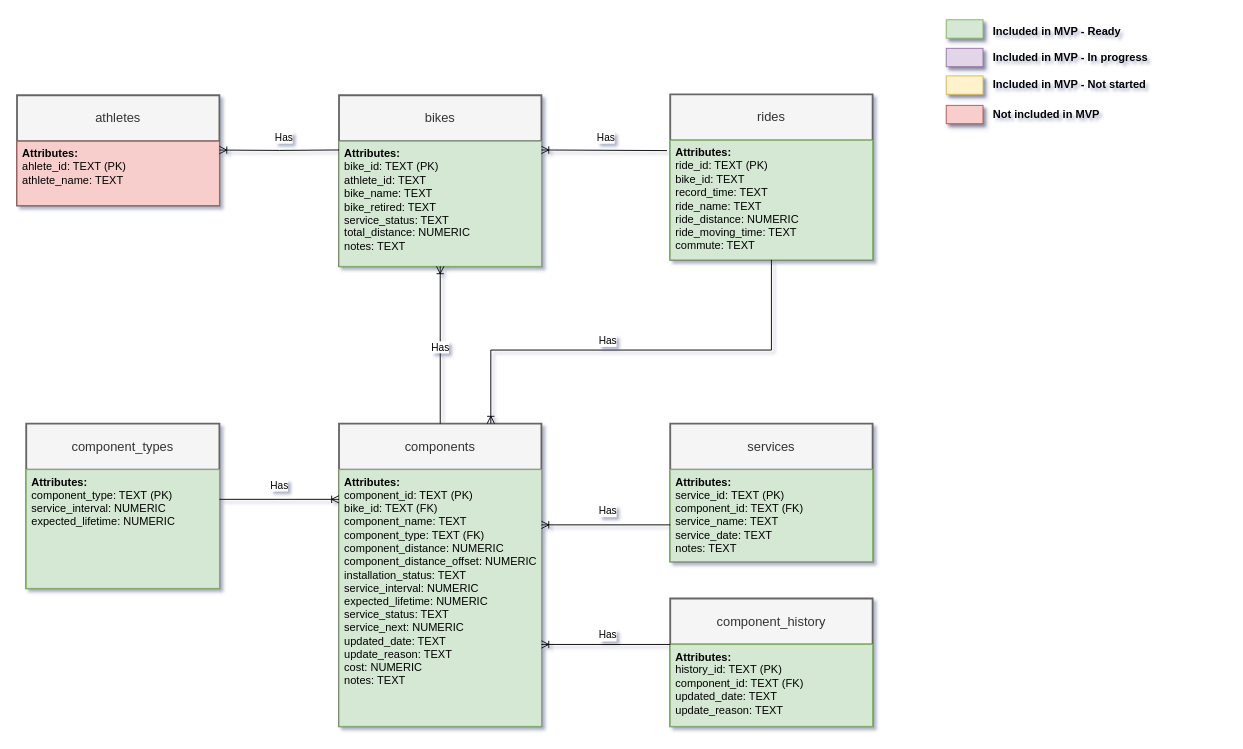
This is page "Database structure" (5 of 7) of docs/all_diagrams.drawio from xivind/velo-supervisor-2000, a draw.io file, before an edit. Source tidied: cells renumbered, new cells numbered last; positions are measured from the earlier drawing's top-left corner, leaving out a move shared by most shapes. Both pictures are drawn from the tidied source at 92%, with x=0, y=0 at pixel (17, 17).
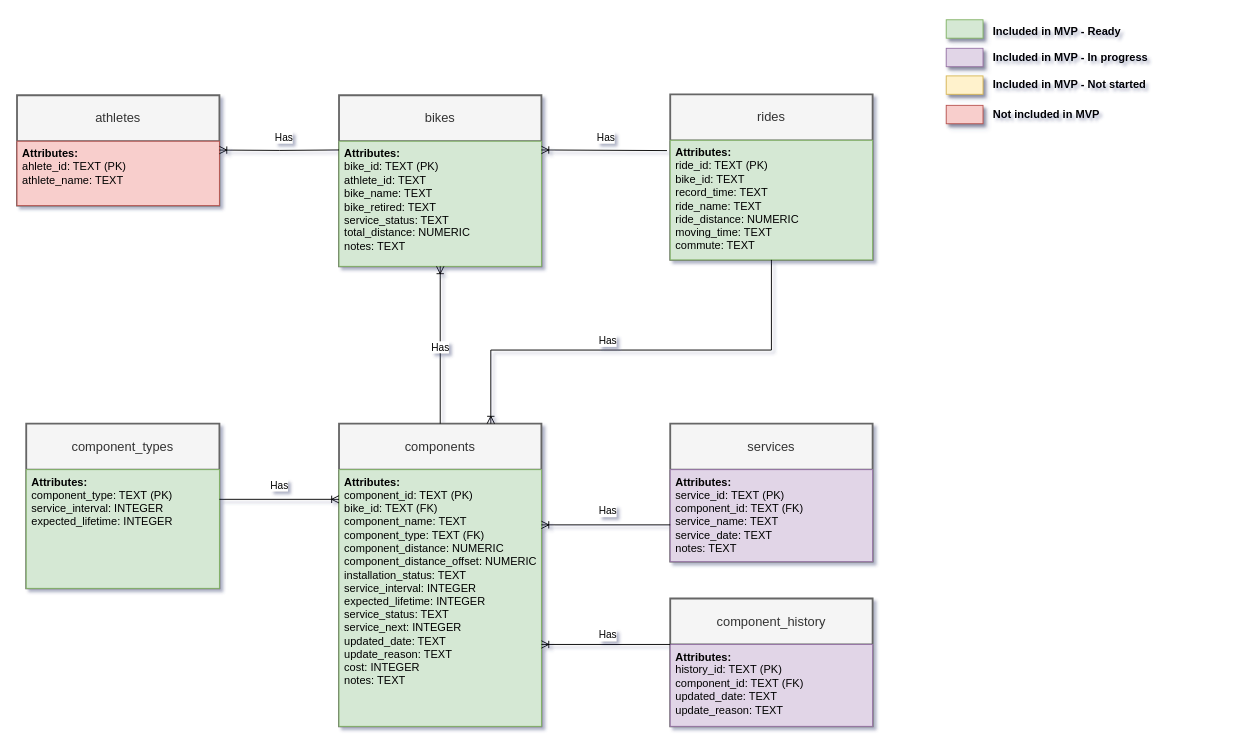
After the change.

The change refers to these unchanged cells:
```xml
<mxCell id="4" value="rides" style="swimlane;horizontal=1;startSize=50;rounded=0;fontSize=14;fontStyle=0;strokeWidth=2;shadow=0;dashed=0;align=center;arcSize=0;whiteSpace=wrap;html=1;fillColor=#f5f5f5;fontColor=#333333;strokeColor=#666666;" parent="1" vertex="1">
  <mxGeometry x="710" y="83" width="220" height="180" as="geometry" />
</mxCell>
<mxCell id="8" value="components" style="swimlane;horizontal=1;startSize=50;rounded=0;fontSize=14;fontStyle=0;strokeWidth=2;shadow=0;dashed=0;align=center;arcSize=0;whiteSpace=wrap;html=1;fillColor=#f5f5f5;strokeColor=#666666;fontColor=#333333;" parent="1" vertex="1">
  <mxGeometry x="350" y="441" width="220" height="329" as="geometry" />
</mxCell>
<mxCell id="10" value="services" style="swimlane;horizontal=1;startSize=50;rounded=0;fontSize=14;fontStyle=0;strokeWidth=2;shadow=0;dashed=0;align=center;arcSize=0;whiteSpace=wrap;html=1;fillColor=#f5f5f5;fontColor=#333333;strokeColor=#666666;" parent="1" vertex="1">
  <mxGeometry x="710" y="441" width="220" height="150" as="geometry" />
</mxCell>
<mxCell id="22" value="component_types" style="swimlane;horizontal=1;startSize=50;rounded=0;fontSize=14;fontStyle=0;strokeWidth=2;shadow=0;dashed=0;align=center;arcSize=0;whiteSpace=wrap;html=1;fillColor=#f5f5f5;strokeColor=#666666;fontColor=#333333;" parent="1" vertex="1">
  <mxGeometry x="10" y="441" width="210" height="179" as="geometry" />
</mxCell>
<mxCell id="26" value="component_history" style="swimlane;horizontal=1;startSize=50;rounded=0;fontSize=14;fontStyle=0;strokeWidth=2;shadow=0;dashed=0;align=center;arcSize=0;whiteSpace=wrap;html=1;fillColor=#f5f5f5;strokeColor=#666666;fontColor=#333333;" parent="1" vertex="1">
  <mxGeometry x="710" y="631" width="220" height="139" as="geometry" />
</mxCell>
```

Diff of the diagram source:
```diff
@@
-    <mxCell id="5" value="&lt;div&gt;&lt;b&gt;Attributes:&lt;/b&gt;&lt;br&gt;&lt;/div&gt;ride_id: TEXT&amp;nbsp;(PK)&lt;div&gt;bike_id&lt;span style=&quot;background-color: initial;&quot;&gt;: TEXT&lt;/span&gt;&lt;/div&gt;&lt;div&gt;&lt;span style=&quot;background-color: initial;&quot;&gt;record_time&lt;/span&gt;&lt;span style=&quot;background-color: initial;&quot;&gt;: TEXT&lt;/span&gt;&lt;br&gt;&lt;/div&gt;&lt;div&gt;ride_name&lt;span style=&quot;background-color: initial;&quot;&gt;: TEXT&lt;/span&gt;&lt;/div&gt;&lt;div&gt;&lt;span style=&quot;background-color: initial;&quot;&gt;ride_distance&lt;/span&gt;&lt;span style=&quot;background-color: initial;&quot;&gt;: NUMERIC&lt;/span&gt;&lt;br&gt;&lt;/div&gt;&lt;div&gt;ride_moving_time&lt;span style=&quot;background-color: initial;&quot;&gt;: TEXT&lt;/span&gt;&lt;br&gt;&lt;/div&gt;&lt;div&gt;&lt;span style=&quot;background-color: initial;&quot;&gt;commute: TEXT&lt;/span&gt;&lt;/div&gt;" style="align=left;spacingLeft=4;fontSize=12;verticalAlign=top;html=1;rounded=0;fillColor=#d5e8d4;strokeColor=#82b366;" parent="4" vertex="1">
+    <mxCell id="5" value="&lt;div&gt;&lt;b&gt;Attributes:&lt;/b&gt;&lt;br&gt;&lt;/div&gt;ride_id: TEXT&amp;nbsp;(PK)&lt;div&gt;bike_id&lt;span style=&quot;background-color: initial;&quot;&gt;: TEXT&lt;/span&gt;&lt;/div&gt;&lt;div&gt;&lt;span style=&quot;background-color: initial;&quot;&gt;record_time&lt;/span&gt;&lt;span style=&quot;background-color: initial;&quot;&gt;: TEXT&lt;/span&gt;&lt;br&gt;&lt;/div&gt;&lt;div&gt;ride_name&lt;span style=&quot;background-color: initial;&quot;&gt;: TEXT&lt;/span&gt;&lt;/div&gt;&lt;div&gt;&lt;span style=&quot;background-color: initial;&quot;&gt;ride_distance&lt;/span&gt;&lt;span style=&quot;background-color: initial;&quot;&gt;: NUMERIC&lt;/span&gt;&lt;br&gt;&lt;/div&gt;&lt;div&gt;moving_time&lt;span style=&quot;background-color: initial;&quot;&gt;: TEXT&lt;/span&gt;&lt;br&gt;&lt;/div&gt;&lt;div&gt;&lt;span style=&quot;background-color: initial;&quot;&gt;commute: TEXT&lt;/span&gt;&lt;/div&gt;" style="align=left;spacingLeft=4;fontSize=12;verticalAlign=top;html=1;rounded=0;fillColor=#d5e8d4;strokeColor=#82b366;" parent="4" vertex="1">
       <mxGeometry y="50" width="220" height="130" as="geometry" />
     </mxCell>
@@
-    <mxCell id="9" value="&lt;div&gt;&lt;span style=&quot;background-color: initial;&quot;&gt;&lt;b&gt;Attributes:&lt;/b&gt;&lt;/span&gt;&lt;/div&gt;&lt;div&gt;&lt;span style=&quot;background-color: initial;&quot;&gt;component_id&lt;/span&gt;&lt;span style=&quot;background-color: initial;&quot;&gt;: TEXT&lt;/span&gt;&lt;span style=&quot;background-color: initial;&quot;&gt;&amp;nbsp;(PK)&lt;/span&gt;&lt;/div&gt;&lt;div&gt;bike_id&lt;span style=&quot;background-color: initial;&quot;&gt;: TEXT (FK)&lt;/span&gt;&lt;/div&gt;component_name: TEXT&lt;div&gt;component_type&lt;span style=&quot;background-color: initial;&quot;&gt;: TEXT (FK)&lt;/span&gt;&lt;/div&gt;&lt;div&gt;component_distance&lt;span style=&quot;background-color: initial;&quot;&gt;: NUMERIC&lt;/span&gt;&lt;br&gt;&lt;/div&gt;&lt;div&gt;component_distance_offset&lt;span style=&quot;background-color: initial;&quot;&gt;: NUMERIC&lt;/span&gt;&lt;br&gt;&lt;/div&gt;&lt;div&gt;installation_status&lt;span style=&quot;background-color: initial;&quot;&gt;: TEXT&lt;/span&gt;&lt;/div&gt;&lt;div&gt;service_interval&lt;span style=&quot;background-color: initial;&quot;&gt;: NUMERIC&lt;/span&gt;&lt;/div&gt;&lt;div&gt;expected_lifetime&lt;span style=&quot;background-color: initial;&quot;&gt;: NUMERIC&lt;/span&gt;&lt;/div&gt;&lt;div&gt;service_status&lt;span style=&quot;background-color: initial;&quot;&gt;: TEXT&lt;/span&gt;&lt;/div&gt;&lt;div&gt;service_next&lt;span style=&quot;background-color: initial;&quot;&gt;: NUMERIC&lt;/span&gt;&lt;/div&gt;&lt;div&gt;&lt;span style=&quot;background-color: initial;&quot;&gt;updated_d&lt;/span&gt;&lt;span style=&quot;background-color: initial;&quot;&gt;ate&lt;/span&gt;&lt;span style=&quot;background-color: initial;&quot;&gt;: TEXT&lt;/span&gt;&lt;br&gt;&lt;/div&gt;&lt;div&gt;update_reason&lt;span style=&quot;background-color: initial;&quot;&gt;: TEXT&lt;/span&gt;&lt;/div&gt;&lt;div&gt;cost&lt;span style=&quot;background-color: initial;&quot;&gt;: NUMERIC&lt;/span&gt;&lt;/div&gt;&lt;div&gt;notes&lt;span style=&quot;background-color: initial;&quot;&gt;: TEXT&lt;/span&gt;&lt;/div&gt;" style="align=left;spacingLeft=4;fontSize=12;verticalAlign=top;html=1;rounded=0;fillColor=#d5e8d4;strokeColor=#82b366;" parent="8" vertex="1">
+    <mxCell id="9" value="&lt;div&gt;&lt;span style=&quot;background-color: initial;&quot;&gt;&lt;b&gt;Attributes:&lt;/b&gt;&lt;/span&gt;&lt;/div&gt;&lt;div&gt;&lt;span style=&quot;background-color: initial;&quot;&gt;component_id&lt;/span&gt;&lt;span style=&quot;background-color: initial;&quot;&gt;: TEXT&lt;/span&gt;&lt;span style=&quot;background-color: initial;&quot;&gt;&amp;nbsp;(PK)&lt;/span&gt;&lt;/div&gt;&lt;div&gt;bike_id&lt;span style=&quot;background-color: initial;&quot;&gt;: TEXT (FK)&lt;/span&gt;&lt;/div&gt;component_name: TEXT&lt;div&gt;component_type&lt;span style=&quot;background-color: initial;&quot;&gt;: TEXT (FK)&lt;/span&gt;&lt;/div&gt;&lt;div&gt;component_distance&lt;span style=&quot;background-color: initial;&quot;&gt;: NUMERIC&lt;/span&gt;&lt;br&gt;&lt;/div&gt;&lt;div&gt;component_distance_offset&lt;span style=&quot;background-color: initial;&quot;&gt;: NUMERIC&lt;/span&gt;&lt;br&gt;&lt;/div&gt;&lt;div&gt;installation_status&lt;span style=&quot;background-color: initial;&quot;&gt;: TEXT&lt;/span&gt;&lt;/div&gt;&lt;div&gt;service_interval&lt;span style=&quot;background-color: initial;&quot;&gt;: INTEGER&lt;/span&gt;&lt;/div&gt;&lt;div&gt;expected_lifetime&lt;span style=&quot;background-color: initial;&quot;&gt;:&amp;nbsp;&lt;/span&gt;&lt;span style=&quot;background-color: initial;&quot;&gt;INTEGER&lt;/span&gt;&lt;/div&gt;&lt;div&gt;service_status&lt;span style=&quot;background-color: initial;&quot;&gt;: TEXT&lt;/span&gt;&lt;/div&gt;&lt;div&gt;service_next&lt;span style=&quot;background-color: initial;&quot;&gt;:&amp;nbsp;&lt;/span&gt;&lt;span style=&quot;background-color: initial;&quot;&gt;INTEGER&lt;/span&gt;&lt;/div&gt;&lt;div&gt;&lt;span style=&quot;background-color: initial;&quot;&gt;updated_d&lt;/span&gt;&lt;span style=&quot;background-color: initial;&quot;&gt;ate&lt;/span&gt;&lt;span style=&quot;background-color: initial;&quot;&gt;: TEXT&lt;/span&gt;&lt;br&gt;&lt;/div&gt;&lt;div&gt;update_reason&lt;span style=&quot;background-color: initial;&quot;&gt;: TEXT&lt;/span&gt;&lt;/div&gt;&lt;div&gt;cost&lt;span style=&quot;background-color: initial;&quot;&gt;:&amp;nbsp;&lt;/span&gt;&lt;span style=&quot;background-color: initial;&quot;&gt;INTEGER&lt;/span&gt;&lt;/div&gt;&lt;div&gt;notes&lt;span style=&quot;background-color: initial;&quot;&gt;: TEXT&lt;/span&gt;&lt;/div&gt;" style="align=left;spacingLeft=4;fontSize=12;verticalAlign=top;html=1;rounded=0;fillColor=#d5e8d4;strokeColor=#82b366;" parent="8" vertex="1">
       <mxGeometry y="50" width="220" height="279" as="geometry" />
     </mxCell>
@@
-    <mxCell id="11" value="&lt;div&gt;&lt;b&gt;Attributes:&lt;/b&gt;&lt;br&gt;&lt;/div&gt;&lt;div&gt;service_id&lt;span style=&quot;background-color: initial;&quot;&gt;: TEXT&lt;/span&gt;&lt;span style=&quot;background-color: initial;&quot;&gt;&amp;nbsp;(PK)&lt;/span&gt;&lt;/div&gt;&lt;div&gt;component_id&lt;span style=&quot;background-color: initial;&quot;&gt;: TEXT (FK)&lt;/span&gt;&lt;/div&gt;&lt;div&gt;service_name&lt;span style=&quot;background-color: initial;&quot;&gt;: TEXT&lt;/span&gt;&lt;/div&gt;service_date: TEXT&lt;div&gt;notes&lt;span style=&quot;background-color: initial;&quot;&gt;: TEXT&lt;/span&gt;&lt;/div&gt;" style="align=left;spacingLeft=4;fontSize=12;verticalAlign=top;html=1;rounded=0;fillColor=#d5e8d4;strokeColor=#82b366;" parent="10" vertex="1">
+    <mxCell id="11" value="&lt;div&gt;&lt;b&gt;Attributes:&lt;/b&gt;&lt;br&gt;&lt;/div&gt;&lt;div&gt;service_id&lt;span style=&quot;background-color: initial;&quot;&gt;: TEXT&lt;/span&gt;&lt;span style=&quot;background-color: initial;&quot;&gt;&amp;nbsp;(PK)&lt;/span&gt;&lt;/div&gt;&lt;div&gt;component_id&lt;span style=&quot;background-color: initial;&quot;&gt;: TEXT (FK)&lt;/span&gt;&lt;/div&gt;&lt;div&gt;service_name&lt;span style=&quot;background-color: initial;&quot;&gt;: TEXT&lt;/span&gt;&lt;/div&gt;service_date: TEXT&lt;div&gt;notes&lt;span style=&quot;background-color: initial;&quot;&gt;: TEXT&lt;/span&gt;&lt;/div&gt;" style="align=left;spacingLeft=4;fontSize=12;verticalAlign=top;html=1;rounded=0;fillColor=#e1d5e7;strokeColor=#9673a6;" parent="10" vertex="1">
       <mxGeometry y="50" width="220" height="100" as="geometry" />
     </mxCell>
@@
-    <mxCell id="23" value="&lt;div&gt;&lt;b&gt;Attributes:&lt;/b&gt;&lt;br&gt;&lt;/div&gt;&lt;div&gt;component_type&lt;span style=&quot;background-color: initial;&quot;&gt;: TEXT&lt;/span&gt;&lt;span style=&quot;background-color: initial;&quot;&gt;&amp;nbsp;(PK)&lt;/span&gt;&lt;/div&gt;&lt;div&gt;service_interval&lt;span style=&quot;background-color: initial;&quot;&gt;: NUMERIC&lt;/span&gt;&lt;/div&gt;&lt;div&gt;expected_lifetime&lt;span style=&quot;background-color: initial;&quot;&gt;: NUMERIC&lt;/span&gt;&lt;/div&gt;" style="align=left;spacingLeft=4;fontSize=12;verticalAlign=top;html=1;rounded=0;fillColor=#d5e8d4;strokeColor=#82b366;" parent="22" vertex="1">
+    <mxCell id="23" value="&lt;div&gt;&lt;b&gt;Attributes:&lt;/b&gt;&lt;br&gt;&lt;/div&gt;&lt;div&gt;component_type&lt;span style=&quot;background-color: initial;&quot;&gt;: TEXT&lt;/span&gt;&lt;span style=&quot;background-color: initial;&quot;&gt;&amp;nbsp;(PK)&lt;/span&gt;&lt;/div&gt;&lt;div&gt;service_interval&lt;span style=&quot;background-color: initial;&quot;&gt;: INTEGER&lt;/span&gt;&lt;/div&gt;&lt;div&gt;expected_lifetime&lt;span style=&quot;background-color: initial;&quot;&gt;:&amp;nbsp;&lt;/span&gt;&lt;span style=&quot;background-color: initial;&quot;&gt;INTEGER&lt;/span&gt;&lt;/div&gt;" style="align=left;spacingLeft=4;fontSize=12;verticalAlign=top;html=1;rounded=0;fillColor=#d5e8d4;strokeColor=#82b366;" parent="22" vertex="1">
       <mxGeometry y="50" width="210" height="129" as="geometry" />
     </mxCell>
@@
-    <mxCell id="27" value="&lt;div&gt;&lt;b&gt;Attributes:&lt;/b&gt;&lt;br&gt;&lt;/div&gt;&lt;div&gt;history_id&lt;span style=&quot;background-color: initial;&quot;&gt;: TEXT&lt;/span&gt;&lt;span style=&quot;background-color: initial;&quot;&gt;&amp;nbsp;(PK)&lt;/span&gt;&lt;br&gt;&lt;/div&gt;&lt;div&gt;component_id&lt;span style=&quot;background-color: initial;&quot;&gt;: TEXT&amp;nbsp;&lt;/span&gt;&lt;span style=&quot;background-color: initial;&quot;&gt;(FK)&lt;/span&gt;&lt;/div&gt;&lt;div&gt;updated_date&lt;span style=&quot;background-color: initial;&quot;&gt;: TEXT&lt;/span&gt;&lt;/div&gt;&lt;div&gt;update_reason&lt;span style=&quot;background-color: initial;&quot;&gt;: TEXT&lt;/span&gt;&lt;/div&gt;" style="align=left;spacingLeft=4;fontSize=12;verticalAlign=top;html=1;rounded=0;fillColor=#d5e8d4;strokeColor=#82b366;" parent="26" vertex="1">
+    <mxCell id="27" value="&lt;div&gt;&lt;b&gt;Attributes:&lt;/b&gt;&lt;br&gt;&lt;/div&gt;&lt;div&gt;history_id&lt;span style=&quot;background-color: initial;&quot;&gt;: TEXT&lt;/span&gt;&lt;span style=&quot;background-color: initial;&quot;&gt;&amp;nbsp;(PK)&lt;/span&gt;&lt;br&gt;&lt;/div&gt;&lt;div&gt;component_id&lt;span style=&quot;background-color: initial;&quot;&gt;: TEXT&amp;nbsp;&lt;/span&gt;&lt;span style=&quot;background-color: initial;&quot;&gt;(FK)&lt;/span&gt;&lt;/div&gt;&lt;div&gt;updated_date&lt;span style=&quot;background-color: initial;&quot;&gt;: TEXT&lt;/span&gt;&lt;/div&gt;&lt;div&gt;update_reason&lt;span style=&quot;background-color: initial;&quot;&gt;: TEXT&lt;/span&gt;&lt;/div&gt;" style="align=left;spacingLeft=4;fontSize=12;verticalAlign=top;html=1;rounded=0;fillColor=#e1d5e7;strokeColor=#9673a6;" parent="26" vertex="1">
       <mxGeometry y="50" width="220" height="89" as="geometry" />
     </mxCell>
```
